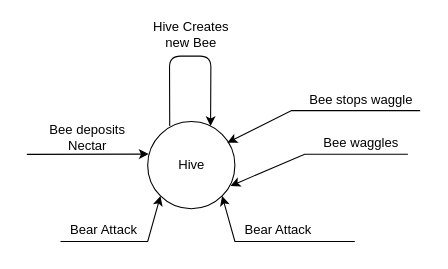
The draw.io diagram Finite State Machines/Hive FSM.drawio in benwingerter/bee-simulation, before the edit. Source tidied: cells renumbered, new cells numbered last; positions are measured from the earlier drawing's top-left corner, leaving out a move shared by most shapes. Both pictures are drawn from the tidied source at 109%, with x=0, y=0 at pixel (26, 23).
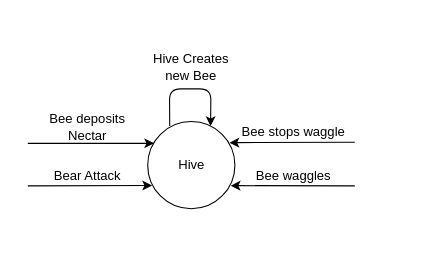
The same page after the edit.

Commit message:
Remove duplicate bear attack

The change refers to these unchanged cells:
```xml
<mxCell id="3" style="ellipse;whiteSpace=wrap;html=1;" parent="2" vertex="1">
  <mxGeometry width="80" height="80" as="geometry" />
</mxCell>
```

Change to the diagram source:
```diff
@@
     <mxCell id="5" value="Bee deposits Nectar" style="text;html=1;strokeColor=none;fillColor=none;align=center;verticalAlign=middle;whiteSpace=wrap;rounded=0;" parent="1" vertex="1">
-      <mxGeometry x="16" y="90" width="80" height="30" as="geometry" />
+      <mxGeometry x="16" y="80" width="80" height="30" as="geometry" />
     </mxCell>
     <mxCell id="6" style="endArrow=classic;html=1;rounded=0;entryX=0;entryY=0;entryDx=0;entryDy=0;" parent="1" edge="1">
       <mxGeometry relative="1" as="geometry">
-        <mxPoint x="0.1" y="120.1" as="sourcePoint" />
-        <mxPoint x="111.9" y="119.9" as="targetPoint" />
+        <mxPoint x="1" y="110" as="sourcePoint" />
+        <mxPoint x="116.9" y="110" as="targetPoint" />
       </mxGeometry>
     </mxCell>
     <mxCell id="7" style="endArrow=classic;html=1;exitX=0.277;exitY=0.052;exitDx=0;exitDy=0;exitPerimeter=0;entryX=0.746;entryY=0.052;entryDx=0;entryDy=0;entryPerimeter=0;" parent="1" edge="1">
       <mxGeometry relative="1" as="geometry">
         <mxPoint x="131.2" y="94.2" as="sourcePoint" />
         <mxPoint x="168.7" y="94.2" as="targetPoint" />
         <Array as="points">
-          <mxPoint x="131" y="30" />
-          <mxPoint x="169" y="30" />
+          <mxPoint x="131" y="60" />
+          <mxPoint x="169" y="60" />
         </Array>
       </mxGeometry>
     </mxCell>
     <mxCell id="8" value="Hive Creates new Bee" style="text;html=1;strokeColor=none;fillColor=none;align=center;verticalAlign=middle;whiteSpace=wrap;rounded=0;" parent="1" vertex="1">
-      <mxGeometry x="111" width="80" height="20" as="geometry" />
+      <mxGeometry x="111" y="30" width="80" height="20" as="geometry" />
     </mxCell>
-    <mxCell id="9" style="endArrow=classic;html=1;rounded=0;entryX=0;entryY=1;entryDx=0;entryDy=0;" parent="1" edge="1" target="3">
+    <mxCell id="9" style="endArrow=classic;html=1;rounded=0;entryX=0.051;entryY=0.733;entryDx=0;entryDy=0;entryPerimeter=0;" parent="1" edge="1" target="3">
       <mxGeometry relative="1" as="geometry">
-        <mxPoint x="31" y="200" as="sourcePoint" />
-        <Array as="points">
-          <mxPoint x="111" y="200" />
-        </Array>
+        <mxPoint x="1" y="149" as="sourcePoint" />
       </mxGeometry>
     </mxCell>
     <mxCell id="10" value="Bear Attack" style="text;html=1;strokeColor=none;fillColor=none;align=center;verticalAlign=middle;whiteSpace=wrap;rounded=0;" parent="1" vertex="1">
-      <mxGeometry x="31" y="180" width="80" height="20" as="geometry" />
+      <mxGeometry x="16" y="130" width="80" height="20" as="geometry" />
     </mxCell>
-    <mxCell id="11" value="Bear Attack" style="text;html=1;strokeColor=none;fillColor=none;align=center;verticalAlign=middle;whiteSpace=wrap;rounded=0;" parent="1" vertex="1">
-      <mxGeometry x="191" y="180" width="80" height="20" as="geometry" />
-    </mxCell>
-    <mxCell id="12" style="endArrow=classic;html=1;rounded=0;entryX=1;entryY=1;entryDx=0;entryDy=0;" parent="1" edge="1" target="3">
-      <mxGeometry relative="1" as="geometry">
-        <mxPoint x="301" y="200" as="sourcePoint" />
-        <Array as="points">
-          <mxPoint x="191" y="200" />
-        </Array>
-      </mxGeometry>
-    </mxCell>
     <mxCell id="13" value="Bee stops waggle" style="text;html=1;strokeColor=none;fillColor=none;align=center;verticalAlign=middle;whiteSpace=wrap;rounded=0;" parent="1" vertex="1">
-      <mxGeometry x="252.7" y="60" width="108.3" height="20" as="geometry" />
+      <mxGeometry x="191" y="90" width="108.3" height="20" as="geometry" />
     </mxCell>
-    <mxCell id="14" style="endArrow=classic;html=1;rounded=0;entryX=0.915;entryY=0.242;entryDx=0;entryDy=0;entryPerimeter=0;exitX=1;exitY=1;exitDx=0;exitDy=0;" parent="1" edge="1" source="13" target="3">
+    <mxCell id="14" style="endArrow=classic;html=1;rounded=0;entryX=0.938;entryY=0.242;entryDx=0;entryDy=0;entryPerimeter=0;" parent="1" edge="1" target="3">
       <mxGeometry relative="1" as="geometry">
-        <Array as="points">
-          <mxPoint x="243" y="80" />
-        </Array>
+        <mxPoint x="301" y="109" as="sourcePoint" />
       </mxGeometry>
     </mxCell>
-    <mxCell id="15" style="endArrow=classic;html=1;rounded=0;entryX=0.95;entryY=0.738;entryDx=0;entryDy=0;entryPerimeter=0;exitX=0.896;exitY=0.999;exitDx=0;exitDy=0;exitPerimeter=0;" parent="1" edge="1" source="16" target="3">
+    <mxCell id="15" style="endArrow=classic;html=1;rounded=0;entryX=0.952;entryY=0.735;entryDx=0;entryDy=0;entryPerimeter=0;" parent="1" edge="1" target="3">
       <mxGeometry relative="1" as="geometry">
-        <Array as="points">
-          <mxPoint x="255" y="120" />
-        </Array>
+        <mxPoint x="301" y="149" as="sourcePoint" />
       </mxGeometry>
     </mxCell>
     <mxCell id="16" value="Bee waggles" style="text;html=1;strokeColor=none;fillColor=none;align=center;verticalAlign=middle;whiteSpace=wrap;rounded=0;" parent="1" vertex="1">
-      <mxGeometry x="252.7" y="100" width="108.3" height="20" as="geometry" />
+      <mxGeometry x="191" y="130" width="108.3" height="20" as="geometry" />
     </mxCell>
```
